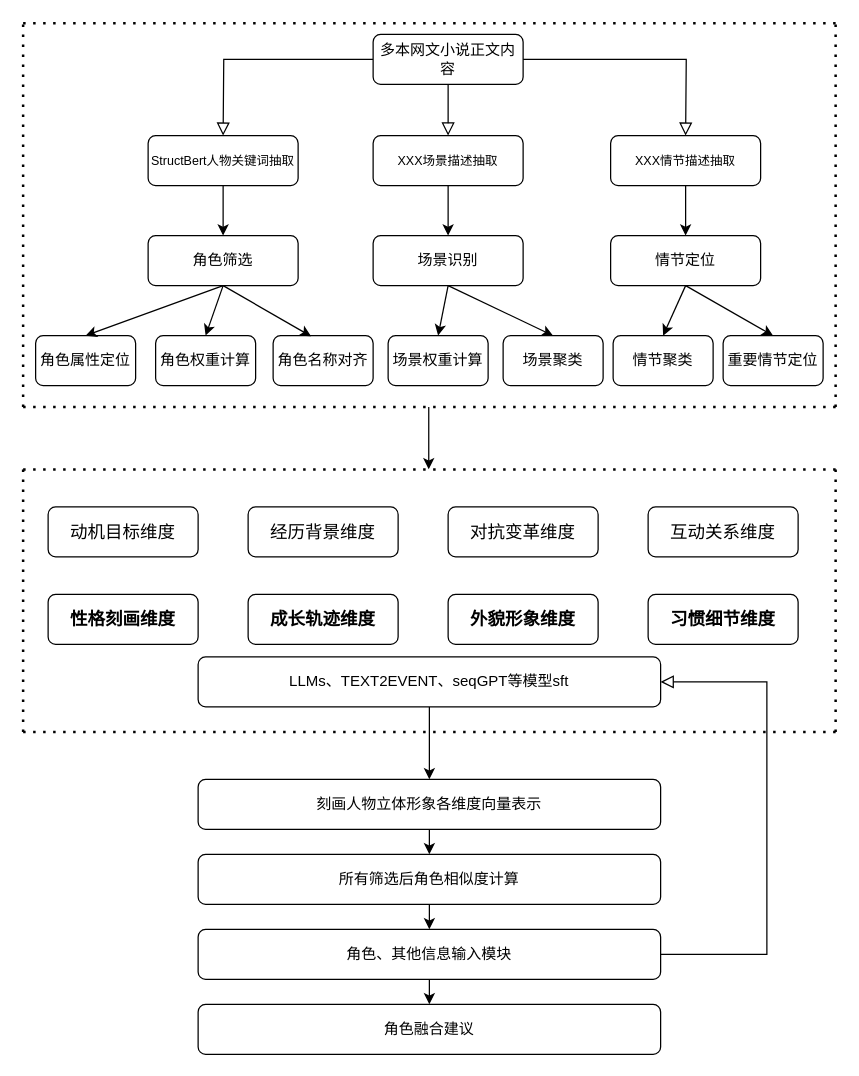
The draw.io diagram 未命名绘图.drawio in Luoxun1989/work-graph, before the edit. Source tidied: cells renumbered, new cells numbered last; positions are measured from the earlier drawing's top-left corner, leaving out a move shared by most shapes. Both pictures are drawn from the tidied source at 125%, with x=0, y=0 at pixel (22, 22).
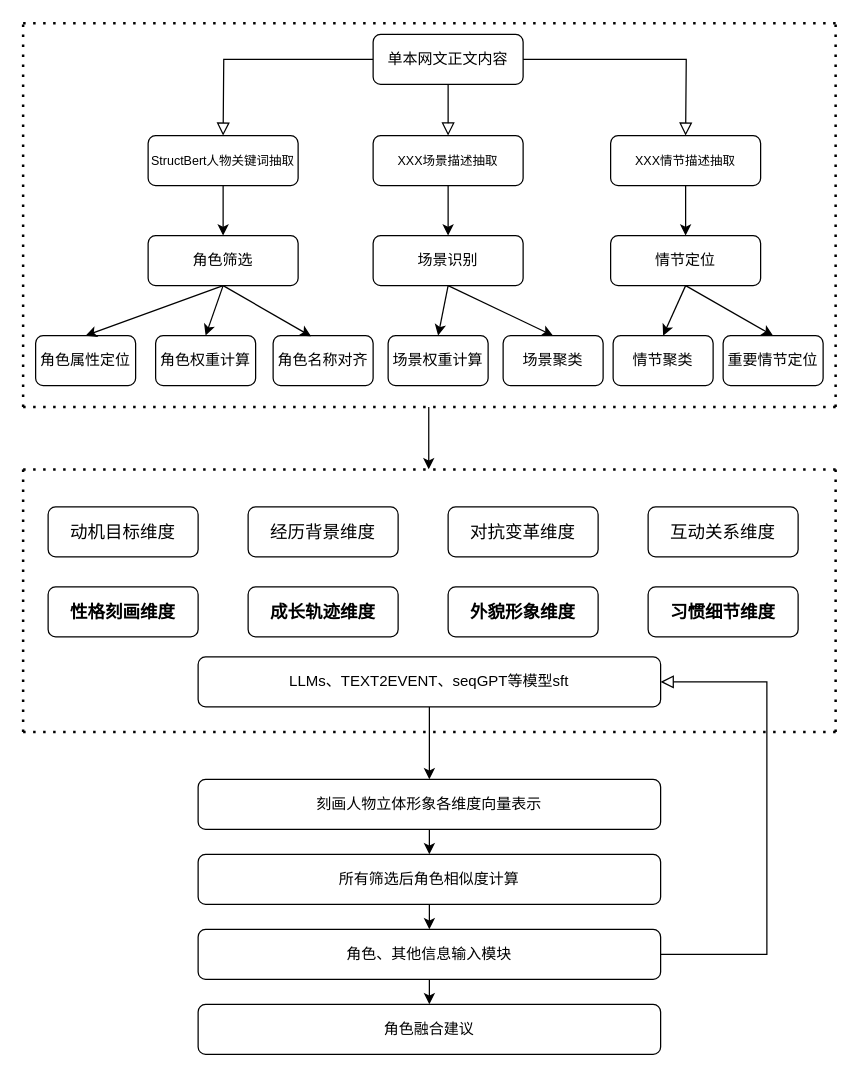
Above is the later version.

Commit message:
更新未命名绘图.drawio

What changed in the source:
```diff
@@
-    <mxCell id="3" value="多本网文小说正文内容" style="rounded=1;whiteSpace=wrap;html=1;fontSize=12;glass=0;strokeWidth=1;shadow=0;" parent="1" vertex="1">
+    <mxCell id="3" value="单本网文正文内容" style="rounded=1;whiteSpace=wrap;html=1;fontSize=12;glass=0;strokeWidth=1;shadow=0;" parent="1" vertex="1">
       <mxGeometry x="280" y="9" width="120" height="40" as="geometry" />
     </mxCell>
@@
     <mxCell id="22" value="&lt;p class=&quot;MsoNormal&quot;&gt;&lt;b&gt;&lt;span style=&quot;font-family: 宋体; font-size: 10.5pt;&quot;&gt;性格刻画维度&lt;/span&gt;&lt;/b&gt;&lt;/p&gt;" style="rounded=1;whiteSpace=wrap;html=1;fontSize=12;glass=0;strokeWidth=1;shadow=0;" parent="1" vertex="1">
-      <mxGeometry x="20" y="457" width="120" height="40" as="geometry" />
+      <mxGeometry x="20" y="451" width="120" height="40" as="geometry" />
     </mxCell>
     <mxCell id="23" value="&lt;p class=&quot;MsoNormal&quot;&gt;&lt;b&gt;&lt;span style=&quot;font-family: 宋体; font-size: 10.5pt;&quot;&gt;成长轨迹维度&lt;/span&gt;&lt;/b&gt;&lt;/p&gt;" style="rounded=1;whiteSpace=wrap;html=1;fontSize=12;glass=0;strokeWidth=1;shadow=0;" parent="1" vertex="1">
-      <mxGeometry x="180" y="457" width="120" height="40" as="geometry" />
+      <mxGeometry x="180" y="451" width="120" height="40" as="geometry" />
     </mxCell>
     <mxCell id="24" value="&lt;p class=&quot;MsoNormal&quot;&gt;&lt;b&gt;&lt;span style=&quot;font-family: 宋体; font-size: 10.5pt;&quot;&gt;外貌形象维度&lt;/span&gt;&lt;/b&gt;&lt;/p&gt;" style="rounded=1;whiteSpace=wrap;html=1;fontSize=12;glass=0;strokeWidth=1;shadow=0;" parent="1" vertex="1">
-      <mxGeometry x="340" y="457" width="120" height="40" as="geometry" />
+      <mxGeometry x="340" y="451" width="120" height="40" as="geometry" />
     </mxCell>
     <mxCell id="25" value="&lt;p class=&quot;MsoNormal&quot;&gt;&lt;b&gt;&lt;span style=&quot;font-family: 宋体; font-size: 10.5pt;&quot;&gt;习惯细节维度&lt;/span&gt;&lt;/b&gt;&lt;/p&gt;" style="rounded=1;whiteSpace=wrap;html=1;fontSize=12;glass=0;strokeWidth=1;shadow=0;" parent="1" vertex="1">
-      <mxGeometry x="500" y="457" width="120" height="40" as="geometry" />
+      <mxGeometry x="500" y="451" width="120" height="40" as="geometry" />
     </mxCell>
```
